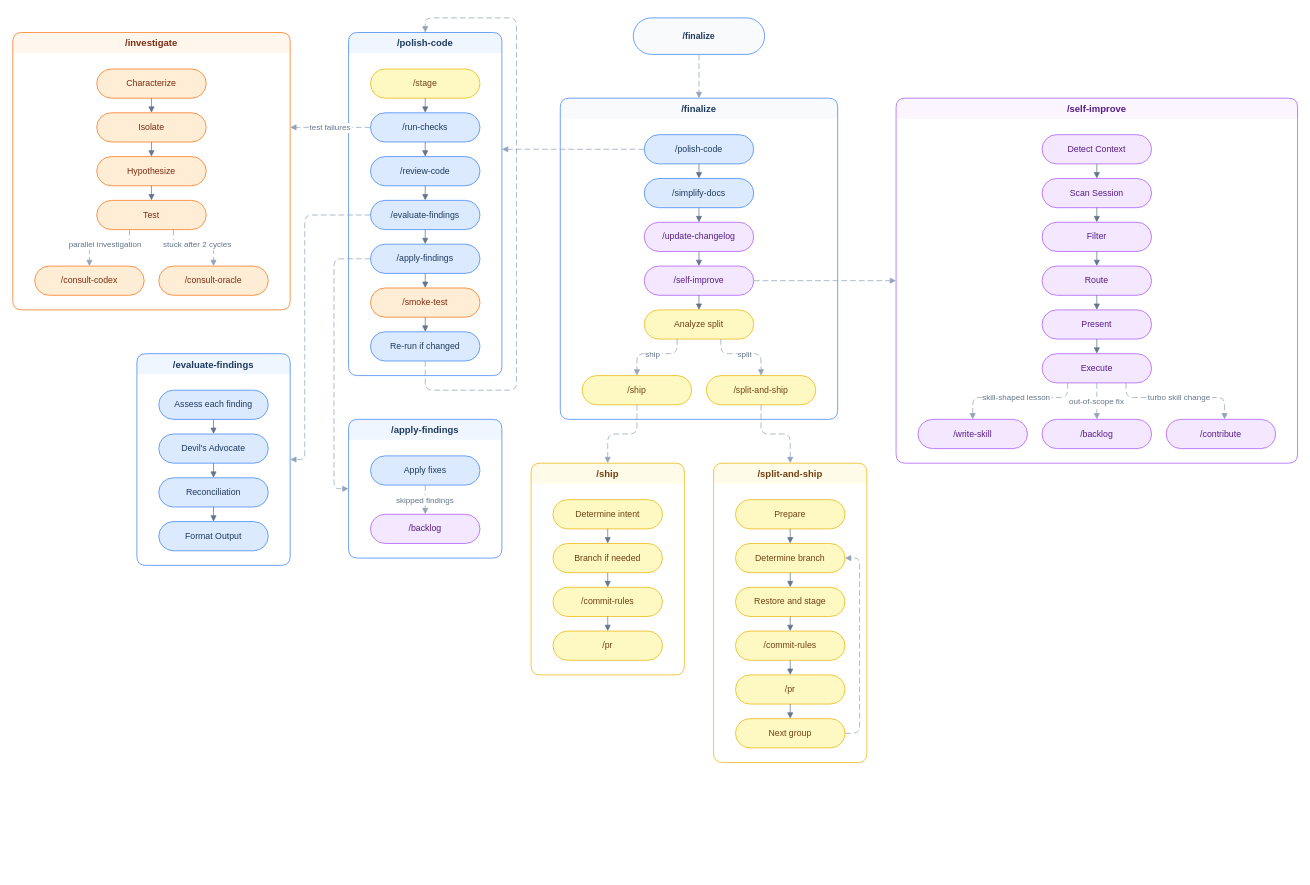
tobihagemann/turbo keeps this draw.io diagram as assets/how-finalize-connects.drawio. Above is the earlier version. Source tidied: cells renumbered, new cells numbered last; positions are measured from the earlier drawing's top-left corner, leaving out a move shared by most shapes. Both pictures are drawn from the tidied source at 73%, with x=0, y=0 at pixel (12, 18).
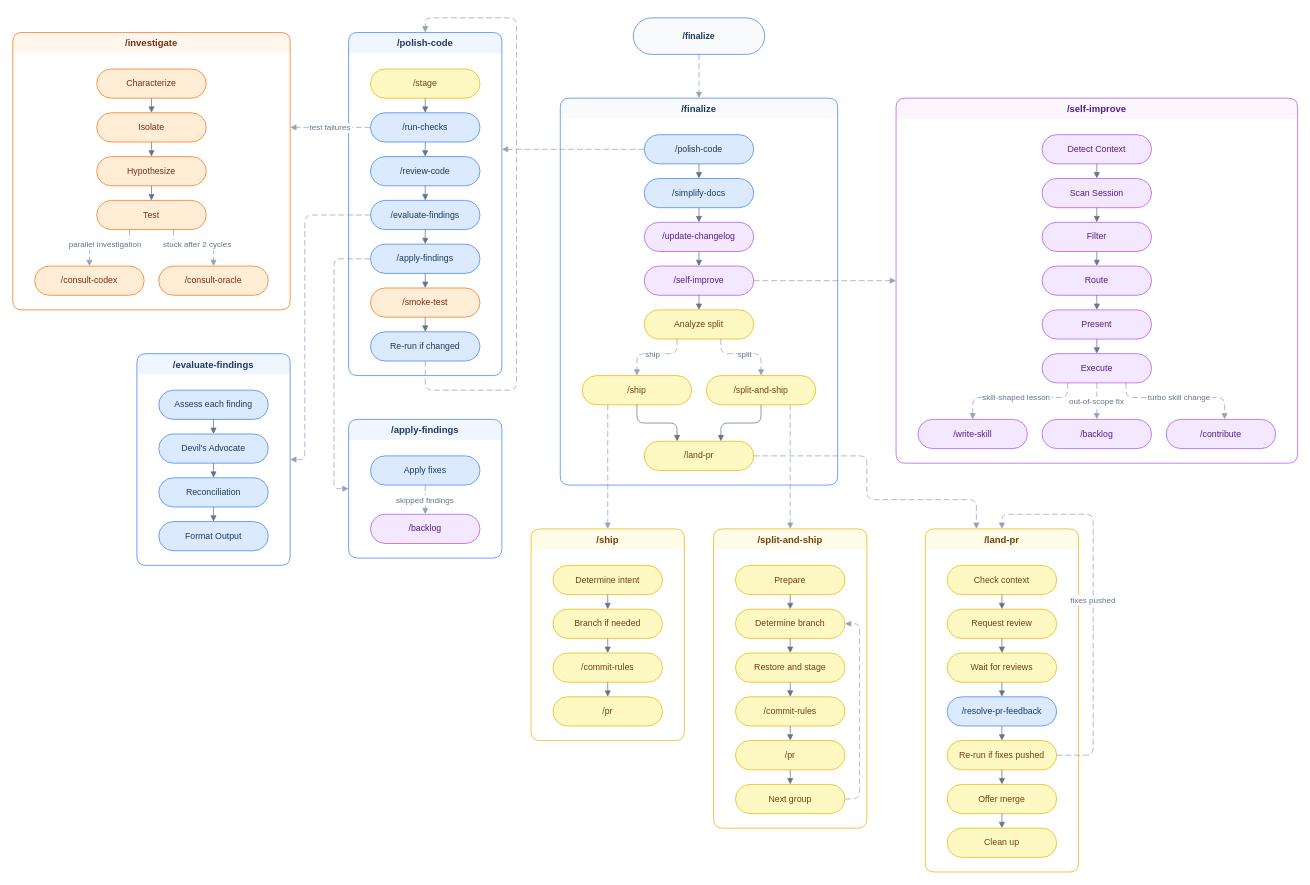
Above is the later version.

The change refers to these unchanged cells:
```xml
<mxCell id="10" value="/ship" style="rounded=1;whiteSpace=wrap;html=1;arcSize=50;fillColor=#fef9c3;strokeColor=#eab308;fontColor=#713f12;fontSize=12;" parent="4" vertex="1">
  <mxGeometry x="30" y="380" width="150" height="40" as="geometry" />
</mxCell>
<mxCell id="11" value="/split-and-ship" style="rounded=1;whiteSpace=wrap;html=1;arcSize=50;fillColor=#fef9c3;strokeColor=#eab308;fontColor=#713f12;fontSize=12;" parent="4" vertex="1">
  <mxGeometry x="200" y="380" width="150" height="40" as="geometry" />
</mxCell>
```

Change to the diagram source:
```diff
@@
     <mxCell id="4" value="/finalize" style="swimlane;startSize=28;rounded=1;fillColor=#f8fafc;strokeColor=#3b82f6;fontColor=#1e3a5f;fontStyle=1;fontSize=13;swimlaneLine=0;" parent="1" vertex="1">
-      <mxGeometry x="750" y="110" width="380" height="440" as="geometry" />
+      <mxGeometry x="750" y="110" width="380" height="530" as="geometry" />
     </mxCell>
@@
+    <mxCell id="103" value="/land-pr" style="rounded=1;whiteSpace=wrap;html=1;arcSize=50;fillColor=#fef9c3;strokeColor=#eab308;fontColor=#713f12;fontSize=12;" parent="4" vertex="1">
+      <mxGeometry x="115" y="470" width="150" height="40" as="geometry" />
+    </mxCell>
+    <mxCell id="104" style="endArrow=block;endFill=1;rounded=1;edgeStyle=orthogonalEdgeStyle;strokeColor=#64748b;" parent="4" edge="1" source="10" target="103">
+      <mxGeometry x="0.3" relative="1" as="geometry">
+        <Array as="points">
+          <mxPoint x="105" y="445" />
+          <mxPoint x="160" y="445" />
+        </Array>
+      </mxGeometry>
+    </mxCell>
+    <mxCell id="105" style="endArrow=block;endFill=1;rounded=1;edgeStyle=orthogonalEdgeStyle;strokeColor=#64748b;" parent="4" edge="1" source="11" target="103">
+      <mxGeometry x="0.3" relative="1" as="geometry">
+        <Array as="points">
+          <mxPoint x="275" y="445" />
+          <mxPoint x="220" y="445" />
+        </Array>
+      </mxGeometry>
+    </mxCell>
@@
     <mxCell id="75" value="/ship" style="swimlane;startSize=28;rounded=1;fillColor=#fefce8;strokeColor=#eab308;fontColor=#713f12;fontStyle=1;fontSize=13;swimlaneLine=0;" parent="1" vertex="1">
-      <mxGeometry x="710" y="610" width="210" height="290" as="geometry" />
+      <mxGeometry x="710" y="700" width="210" height="290" as="geometry" />
     </mxCell>
@@
     <mxCell id="83" value="/split-and-ship" style="swimlane;startSize=28;rounded=1;fillColor=#fefce8;strokeColor=#eab308;fontColor=#713f12;fontStyle=1;fontSize=13;swimlaneLine=0;" parent="1" vertex="1">
-      <mxGeometry x="960" y="610" width="210" height="410" as="geometry" />
+      <mxGeometry x="960" y="700" width="210" height="410" as="geometry" />
     </mxCell>
@@
     <mxCell id="96" style="dashed=1;dashPattern=8 4;endArrow=block;endFill=1;rounded=1;edgeStyle=orthogonalEdgeStyle;strokeColor=#94a3b8;fontSize=11;fontColor=#64748b;" parent="1" edge="1" source="10" target="75">
-      <mxGeometry relative="1" as="geometry" />
+      <mxGeometry relative="1" as="geometry">
+        <Array as="points">
+          <mxPoint x="815" y="570" />
+          <mxPoint x="815" y="570" />
+        </Array>
+      </mxGeometry>
     </mxCell>
     <mxCell id="97" style="dashed=1;dashPattern=8 4;endArrow=block;endFill=1;rounded=1;edgeStyle=orthogonalEdgeStyle;strokeColor=#94a3b8;fontSize=11;fontColor=#64748b;" parent="1" edge="1" source="11" target="83">
-      <mxGeometry relative="1" as="geometry" />
+      <mxGeometry relative="1" as="geometry">
+        <Array as="points">
+          <mxPoint x="1065" y="570" />
+          <mxPoint x="1065" y="570" />
+        </Array>
+      </mxGeometry>
     </mxCell>
@@
+    <mxCell id="106" value="/land-pr" style="swimlane;startSize=28;rounded=1;fillColor=#fefce8;strokeColor=#eab308;fontColor=#713f12;fontStyle=1;fontSize=13;swimlaneLine=0;" parent="1" vertex="1">
+      <mxGeometry x="1250" y="700" width="210" height="470" as="geometry" />
+    </mxCell>
+    <mxCell id="107" value="Check context" style="rounded=1;whiteSpace=wrap;html=1;arcSize=50;fillColor=#fef9c3;strokeColor=#eab308;fontColor=#713f12;fontSize=12;" parent="106" vertex="1">
+      <mxGeometry x="30" y="50" width="150" height="40" as="geometry" />
+    </mxCell>
+    <mxCell id="108" value="Request review" style="rounded=1;whiteSpace=wrap;html=1;arcSize=50;fillColor=#fef9c3;strokeColor=#eab308;fontColor=#713f12;fontSize=12;" parent="106" vertex="1">
+      <mxGeometry x="30" y="110" width="150" height="40" as="geometry" />
+    </mxCell>
+    <mxCell id="109" value="Wait for reviews" style="rounded=1;whiteSpace=wrap;html=1;arcSize=50;fillColor=#fef9c3;strokeColor=#eab308;fontColor=#713f12;fontSize=12;" parent="106" vertex="1">
+      <mxGeometry x="30" y="170" width="150" height="40" as="geometry" />
+    </mxCell>
+    <mxCell id="110" value="/resolve-pr-feedback" style="rounded=1;whiteSpace=wrap;html=1;arcSize=50;fillColor=#dbeafe;strokeColor=#3b82f6;fontColor=#1e3a5f;fontSize=12;" parent="106" vertex="1">
+      <mxGeometry x="30" y="230" width="150" height="40" as="geometry" />
+    </mxCell>
+    <mxCell id="111" value="Re-run if fixes pushed" style="rounded=1;whiteSpace=wrap;html=1;arcSize=50;fillColor=#fef9c3;strokeColor=#eab308;fontColor=#713f12;fontSize=12;" parent="106" vertex="1">
+      <mxGeometry x="30" y="290" width="150" height="40" as="geometry" />
+    </mxCell>
+    <mxCell id="112" value="Offer merge" style="rounded=1;whiteSpace=wrap;html=1;arcSize=50;fillColor=#fef9c3;strokeColor=#eab308;fontColor=#713f12;fontSize=12;" parent="106" vertex="1">
+      <mxGeometry x="30" y="350" width="150" height="40" as="geometry" />
+    </mxCell>
+    <mxCell id="113" value="Clean up" style="rounded=1;whiteSpace=wrap;html=1;arcSize=50;fillColor=#fef9c3;strokeColor=#eab308;fontColor=#713f12;fontSize=12;" parent="106" vertex="1">
+      <mxGeometry x="30" y="410" width="150" height="40" as="geometry" />
+    </mxCell>
+    <mxCell id="114" style="endArrow=block;endFill=1;rounded=1;edgeStyle=orthogonalEdgeStyle;strokeColor=#64748b;" parent="106" edge="1" source="107" target="108">
+      <mxGeometry relative="1" as="geometry" />
+    </mxCell>
+    <mxCell id="115" style="endArrow=block;endFill=1;rounded=1;edgeStyle=orthogonalEdgeStyle;strokeColor=#64748b;" parent="106" edge="1" source="108" target="109">
+      <mxGeometry relative="1" as="geometry" />
+    </mxCell>
+    <mxCell id="116" style="endArrow=block;endFill=1;rounded=1;edgeStyle=orthogonalEdgeStyle;strokeColor=#64748b;" parent="106" edge="1" source="109" target="110">
+      <mxGeometry relative="1" as="geometry" />
+    </mxCell>
+    <mxCell id="117" style="endArrow=block;endFill=1;rounded=1;edgeStyle=orthogonalEdgeStyle;strokeColor=#64748b;" parent="106" edge="1" source="110" target="111">
+      <mxGeometry relative="1" as="geometry" />
+    </mxCell>
+    <mxCell id="118" style="endArrow=block;endFill=1;rounded=1;edgeStyle=orthogonalEdgeStyle;strokeColor=#64748b;" parent="106" edge="1" source="111" target="112">
+      <mxGeometry relative="1" as="geometry" />
+    </mxCell>
+    <mxCell id="119" style="endArrow=block;endFill=1;rounded=1;edgeStyle=orthogonalEdgeStyle;strokeColor=#64748b;" parent="106" edge="1" source="112" target="113">
+      <mxGeometry relative="1" as="geometry" />
+    </mxCell>
+    <mxCell id="120" value="fixes pushed" style="dashed=1;dashPattern=8 4;endArrow=block;endFill=1;rounded=1;edgeStyle=orthogonalEdgeStyle;strokeColor=#94a3b8;fontSize=11;fontColor=#64748b;" parent="106" edge="1" source="111" target="106">
+      <mxGeometry relative="1" as="geometry">
+        <Array as="points">
+          <mxPoint x="230" y="310" />
+          <mxPoint x="230" y="-20" />
+          <mxPoint x="105" y="-20" />
+        </Array>
+      </mxGeometry>
+    </mxCell>
+    <mxCell id="121" style="dashed=1;dashPattern=8 4;endArrow=block;endFill=1;rounded=1;edgeStyle=orthogonalEdgeStyle;strokeColor=#94a3b8;fontSize=11;fontColor=#64748b;" parent="1" edge="1" source="103" target="106">
+      <mxGeometry x="0.09" relative="1" as="geometry">
+        <Array as="points">
+          <mxPoint x="1170" y="600" />
+          <mxPoint x="1170" y="660" />
+          <mxPoint x="1320" y="660" />
+        </Array>
+      </mxGeometry>
+    </mxCell>
```
